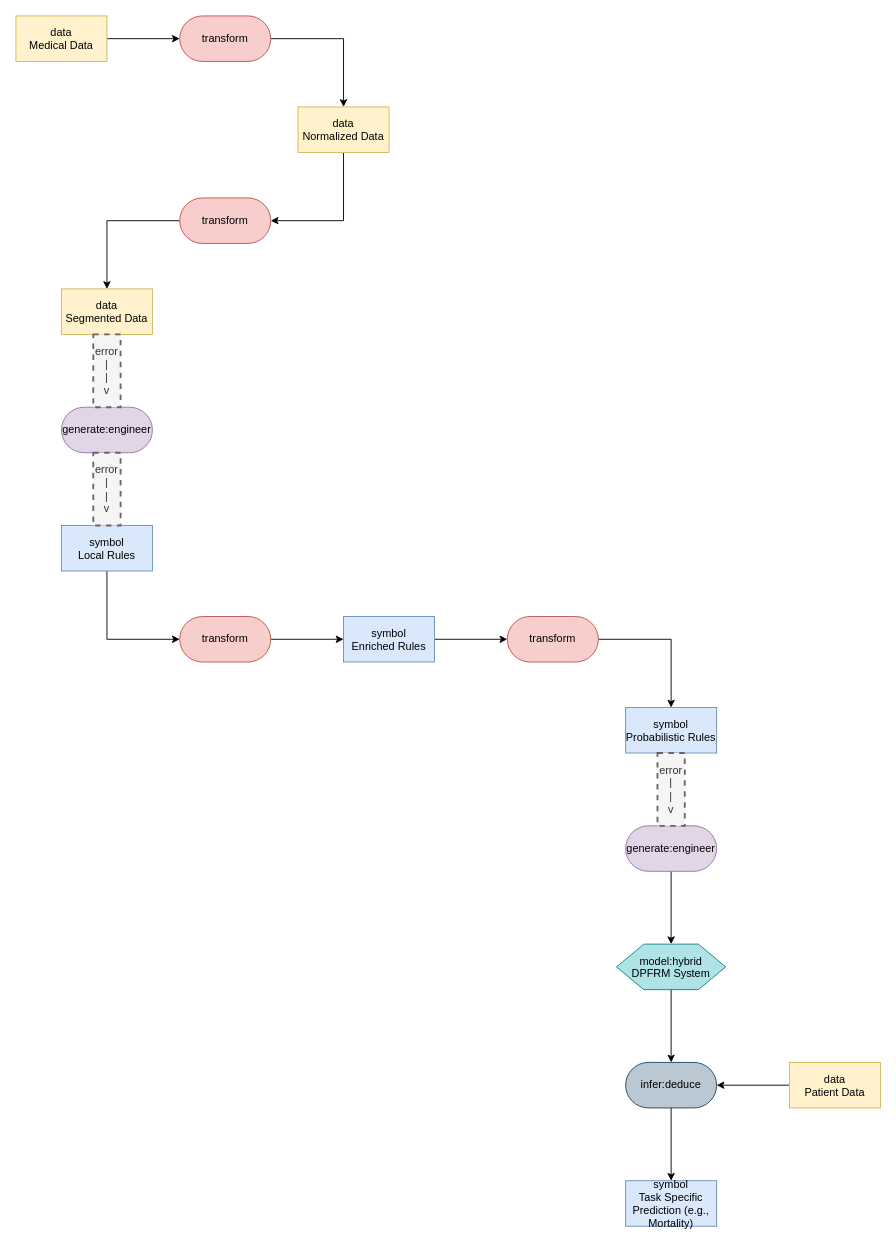
The draw.io diagram medical patterns to boxologies/Rules Embedded in ML architecture (REML)/Distributed Probabilistic Fuzzy Rule Mining for ClinicalDecision Making.drawio in zonnesmit/thesis, before the edit. Source tidied: cells renumbered, new cells numbered last; positions are measured from the earlier drawing's top-left corner, leaving out a move shared by most shapes. Both pictures are drawn from the tidied source at 91%, with x=0, y=0 at pixel (15, 15).
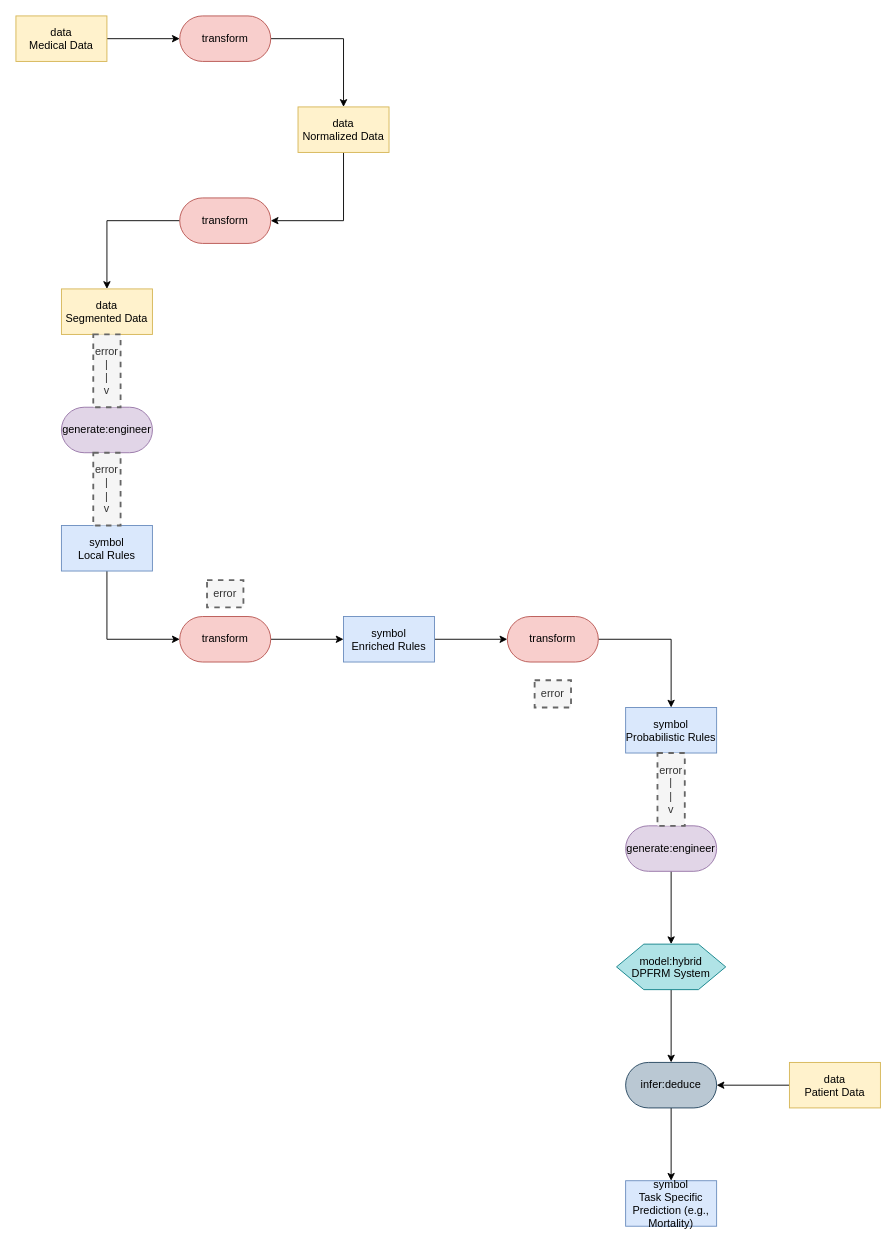
The same page after the edit.

The edit, as a diff of the source:
```diff
@@
+    <mxCell id="33" value="error" style="text;html=1;align=center;verticalAlign=middle;whiteSpace=wrap;rounded=0;dashed=1;fillColor=#f5f5f5;fontColor=#333333;strokeColor=#666666;strokeWidth=2;" parent="1" vertex="1">
+      <mxGeometry x="210" y="620" width="40" height="30" as="geometry" />
+    </mxCell>
+    <mxCell id="34" value="error" style="text;html=1;align=center;verticalAlign=middle;whiteSpace=wrap;rounded=0;dashed=1;fillColor=#f5f5f5;fontColor=#333333;strokeColor=#666666;strokeWidth=2;" parent="1" vertex="1">
+      <mxGeometry x="570" y="730" width="40" height="30" as="geometry" />
+    </mxCell>
```
